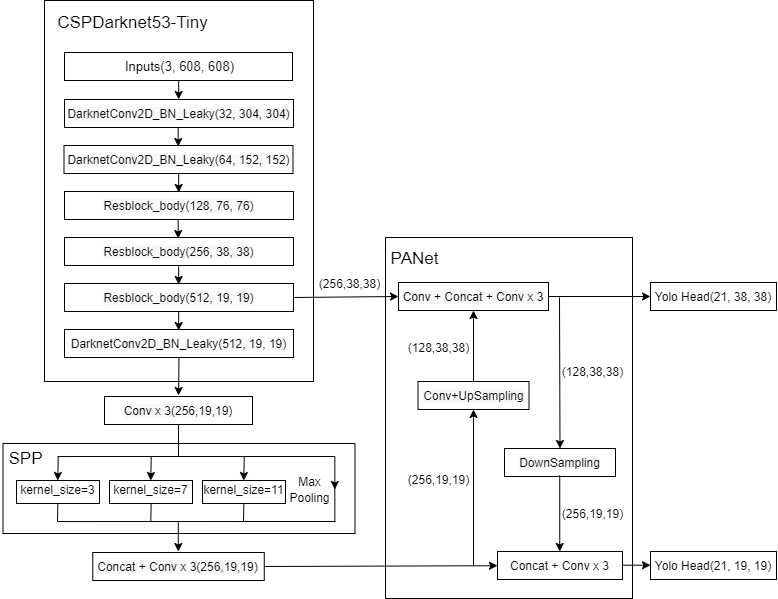
Earlier version of the draw.io export YOLO-TINY-CHANGE.png (zjie134/blog_pic). Source tidied: cells renumbered, new cells last; positions are measured from the earlier drawing's top-left corner, leaving out a move shared by most shapes.
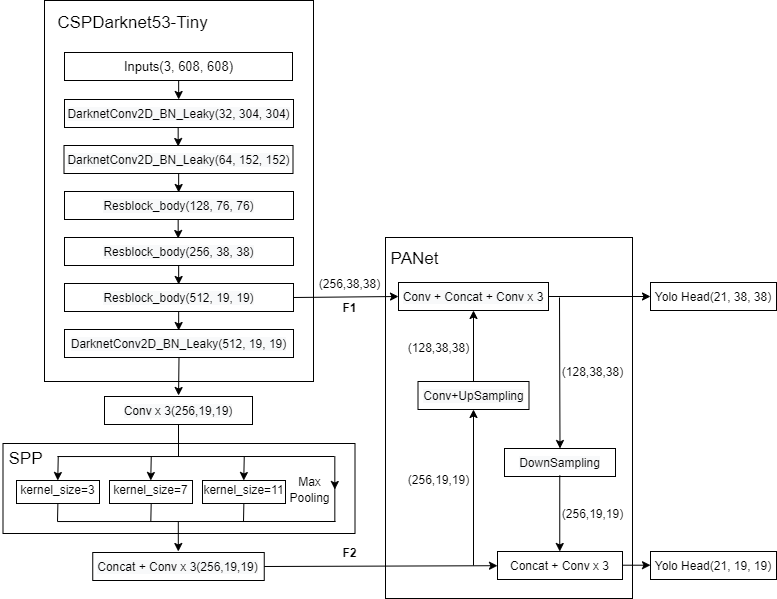
The same file after the commit.

Change to the diagram source:
```diff
@@ -244,5 +244,11 @@
     <mxCell id="59" value="(256,19,19)" style="text;html=1;align=center;verticalAlign=middle;fillColor=none;strokeColor=none;rounded=0;" parent="1" vertex="1">
       <mxGeometry x="552" y="503" width="80" height="20" as="geometry" />
     </mxCell>
+    <mxCell id="60" value="&lt;b&gt;F1&lt;/b&gt;" style="text;html=1;align=center;verticalAlign=middle;fillColor=none;strokeColor=none;rounded=0;" parent="1" vertex="1">
+      <mxGeometry x="334" y="297" width="30" height="20" as="geometry" />
+    </mxCell>
+    <mxCell id="61" value="&lt;b&gt;F2&lt;/b&gt;" style="text;html=1;align=center;verticalAlign=middle;fillColor=none;strokeColor=none;rounded=0;" parent="1" vertex="1">
+      <mxGeometry x="334" y="542" width="30" height="20" as="geometry" />
+    </mxCell>
   </root>
 </mxGraphModel>
```
